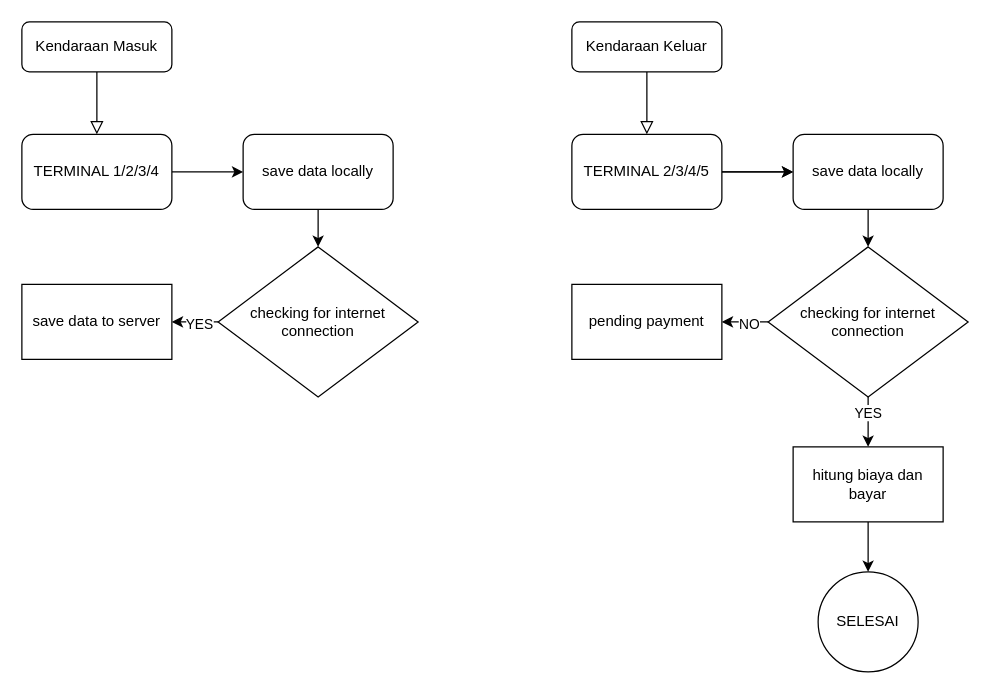
mozikundev/skilltest-MKP keeps this draw.io diagram as System Design Test/Untitled Diagram.drawio. Above is the earlier version. Source tidied: cells renumbered, new cells numbered last; positions are measured from the earlier drawing's top-left corner, leaving out a move shared by most shapes. Both pictures are drawn from the tidied source at 125%, with x=0, y=0 at pixel (21, 21).
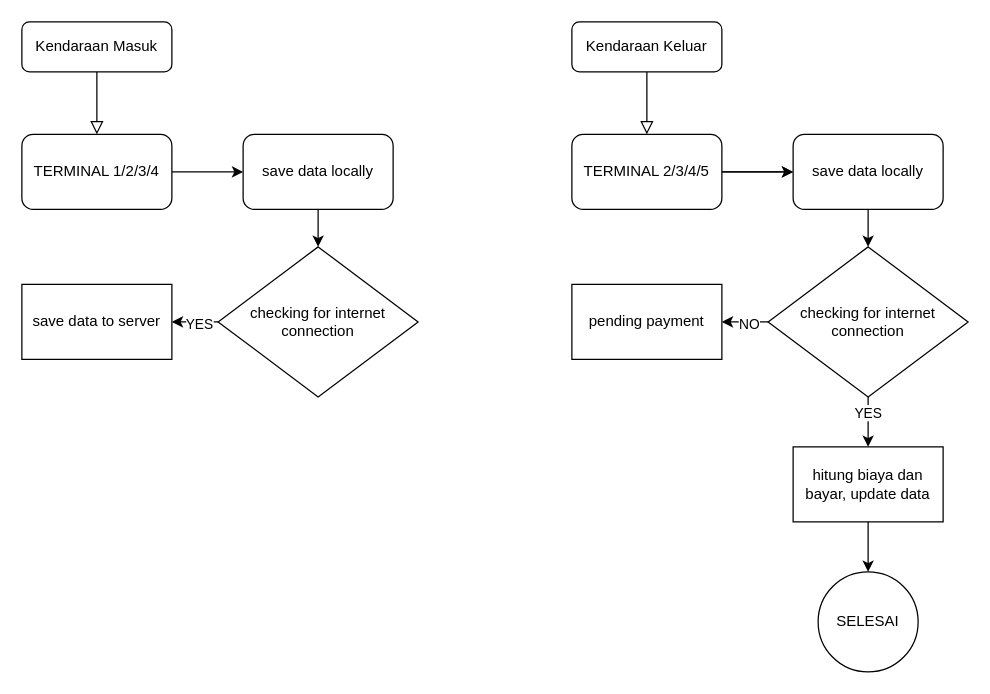
The same diagram, later.

Commit message (it also covers changes not shown here):
Update System Design Test Diagram.drawio

Change to the diagram source:
```diff
@@
-    <mxCell id="26" value="hitung biaya dan bayar" style="whiteSpace=wrap;html=1;" parent="1" vertex="1">
+    <mxCell id="26" value="hitung biaya dan bayar, update data" style="whiteSpace=wrap;html=1;" parent="1" vertex="1">
       <mxGeometry x="617" y="340" width="120" height="60" as="geometry" />
     </mxCell>
```
